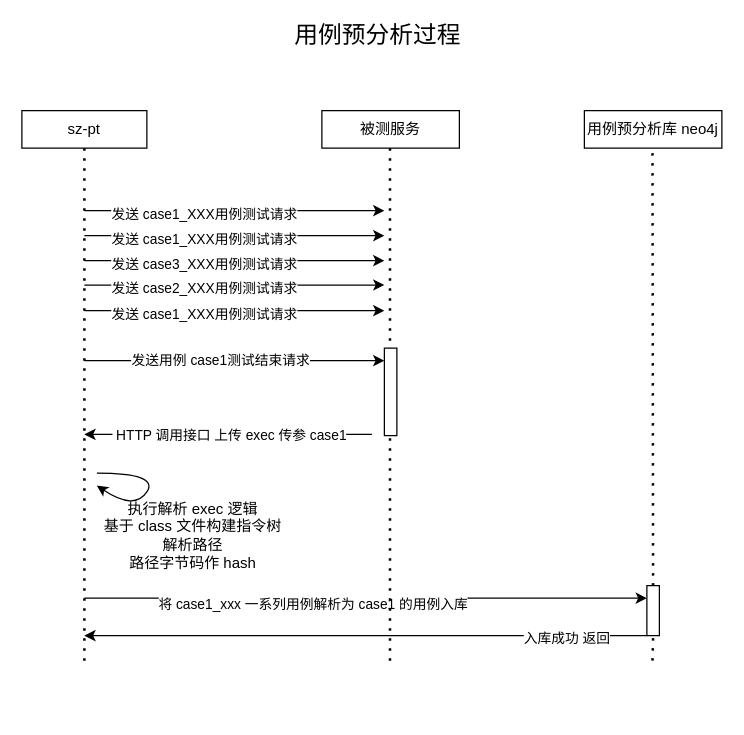
Earlier version of the draw.io diagram draw.io/路径级别差异性分析时序图.drawio (KeatonLi/pictures). Source tidied: cells renumbered, new cells numbered last; positions are measured from the earlier drawing's top-left corner, leaving out a move shared by most shapes. Both pictures are drawn from the tidied source at 125%, with x=0, y=0 at pixel (21, 22).
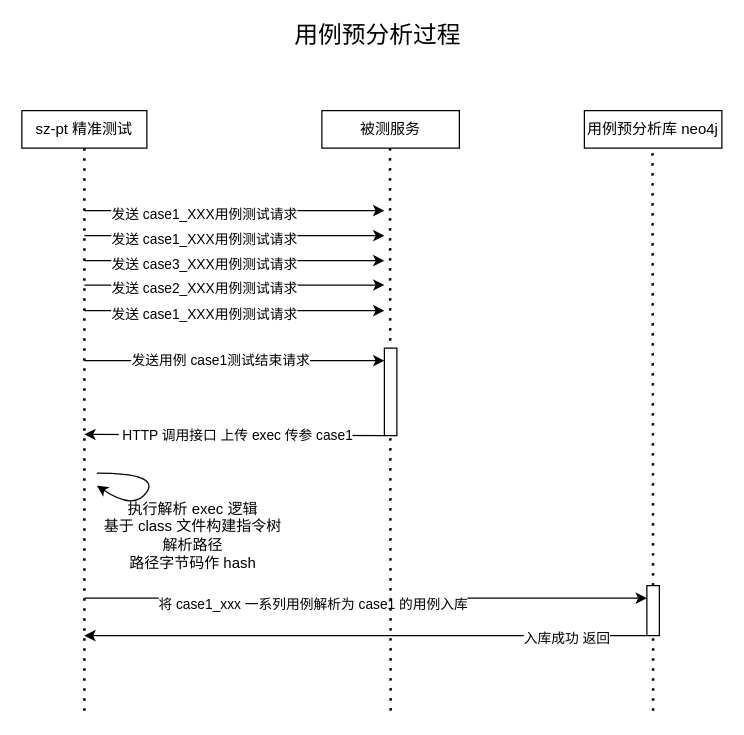
The same diagram, later.

Commit message (it also covers changes not shown here):
更新路径级别差异性分析时序图.drawio

The change refers to these unchanged cells:
```xml
<mxCell id="26" style="rounded=0;whiteSpace=wrap;html=1;" parent="1" vertex="1">
  <mxGeometry x="290" y="260" width="10" height="70" as="geometry" />
</mxCell>
<mxCell id="28" style="rounded=0;whiteSpace=wrap;html=1;" parent="1" vertex="1">
  <mxGeometry x="500" y="450" width="10" height="40" as="geometry" />
</mxCell>
```

Change to the diagram source:
```diff
@@
-    <mxCell id="2" value="sz-pt" style="rounded=0;whiteSpace=wrap;html=1;" parent="1" vertex="1">
+    <mxCell id="2" value="sz-pt 精准测试" style="rounded=0;whiteSpace=wrap;html=1;" parent="1" vertex="1">
       <mxGeometry y="70" width="100" height="30" as="geometry" />
     </mxCell>
     <mxCell id="3" style="endArrow=none;dashed=1;html=1;dashPattern=1 3;strokeWidth=2;rounded=0;entryX=0.5;entryY=1;entryDx=0;entryDy=0;" parent="1" edge="1" target="2">
       <mxGeometry relative="1" as="geometry">
-        <mxPoint x="50" y="510" as="sourcePoint" />
+        <mxPoint x="50" y="550" as="sourcePoint" />
       </mxGeometry>
     </mxCell>
@@
-    <mxCell id="11" style="endArrow=classic;html=1;rounded=0;" parent="1" edge="1">
+    <mxCell id="11" style="endArrow=classic;html=1;rounded=0;exitX=0;exitY=1;exitDx=0;exitDy=0;" parent="1" edge="1" source="26">
       <mxGeometry relative="1" as="geometry">
-        <mxPoint x="280" y="329" as="sourcePoint" />
         <mxPoint x="50" y="329" as="targetPoint" />
       </mxGeometry>
     </mxCell>
@@
     <mxCell id="25" style="endArrow=none;dashed=1;html=1;dashPattern=1 3;strokeWidth=2;rounded=0;entryX=0.5;entryY=1;entryDx=0;entryDy=0;" parent="1" edge="1">
       <mxGeometry relative="1" as="geometry">
-        <mxPoint x="294.5" y="510" as="sourcePoint" />
+        <mxPoint x="295" y="550" as="sourcePoint" />
         <mxPoint x="294.5" y="100" as="targetPoint" />
       </mxGeometry>
     </mxCell>
@@
     <mxCell id="27" style="endArrow=none;dashed=1;html=1;dashPattern=1 3;strokeWidth=2;rounded=0;entryX=0.5;entryY=1;entryDx=0;entryDy=0;" parent="1" edge="1" target="28">
       <mxGeometry relative="1" as="geometry">
-        <mxPoint x="504.5" y="510" as="sourcePoint" />
+        <mxPoint x="505" y="550" as="sourcePoint" />
       </mxGeometry>
     </mxCell>
```
